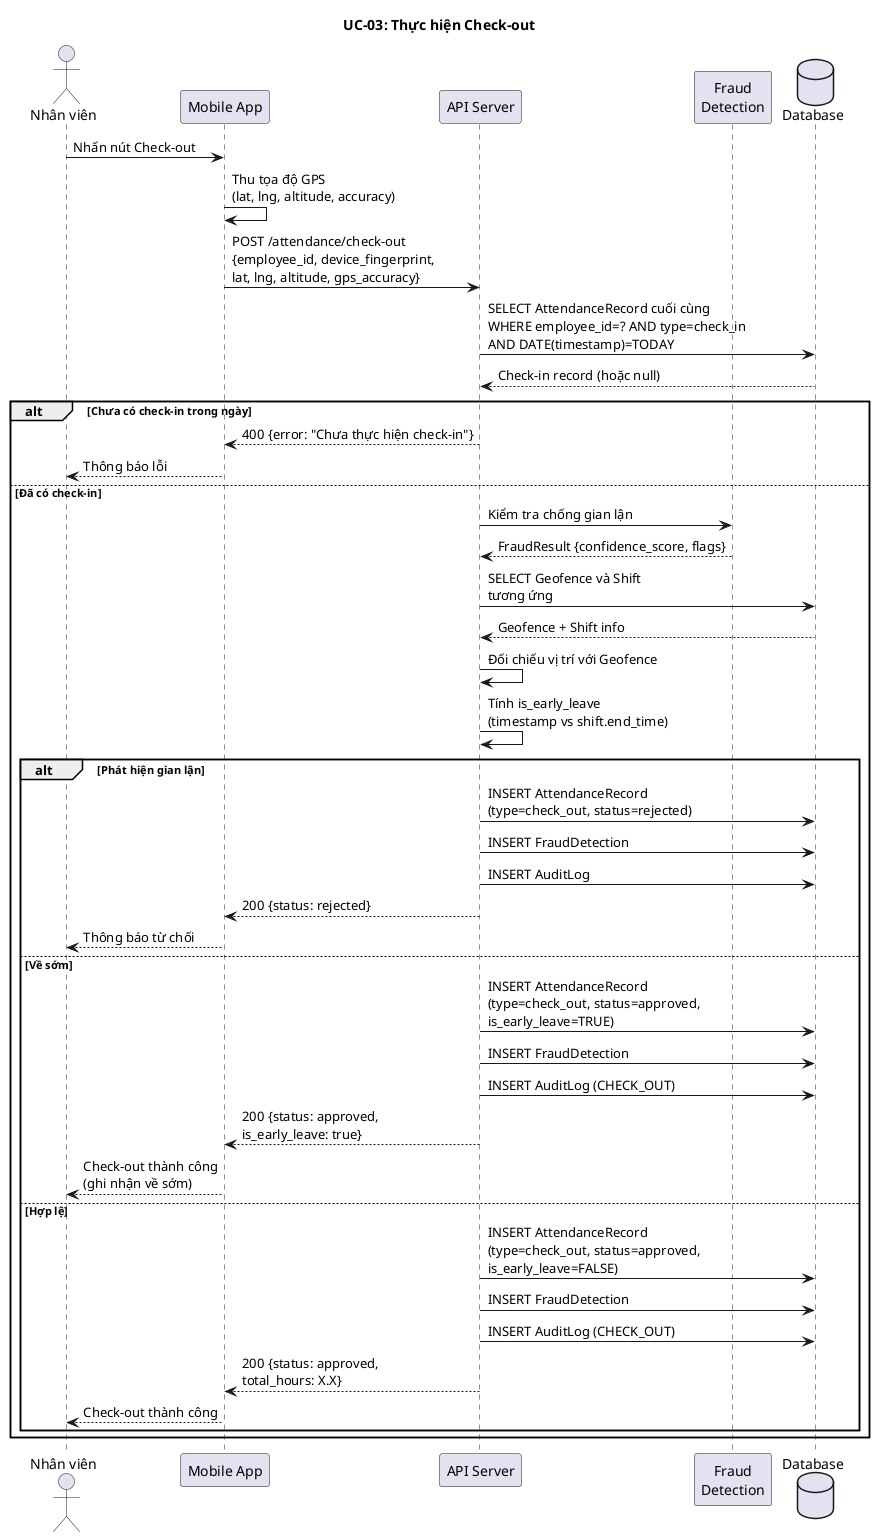
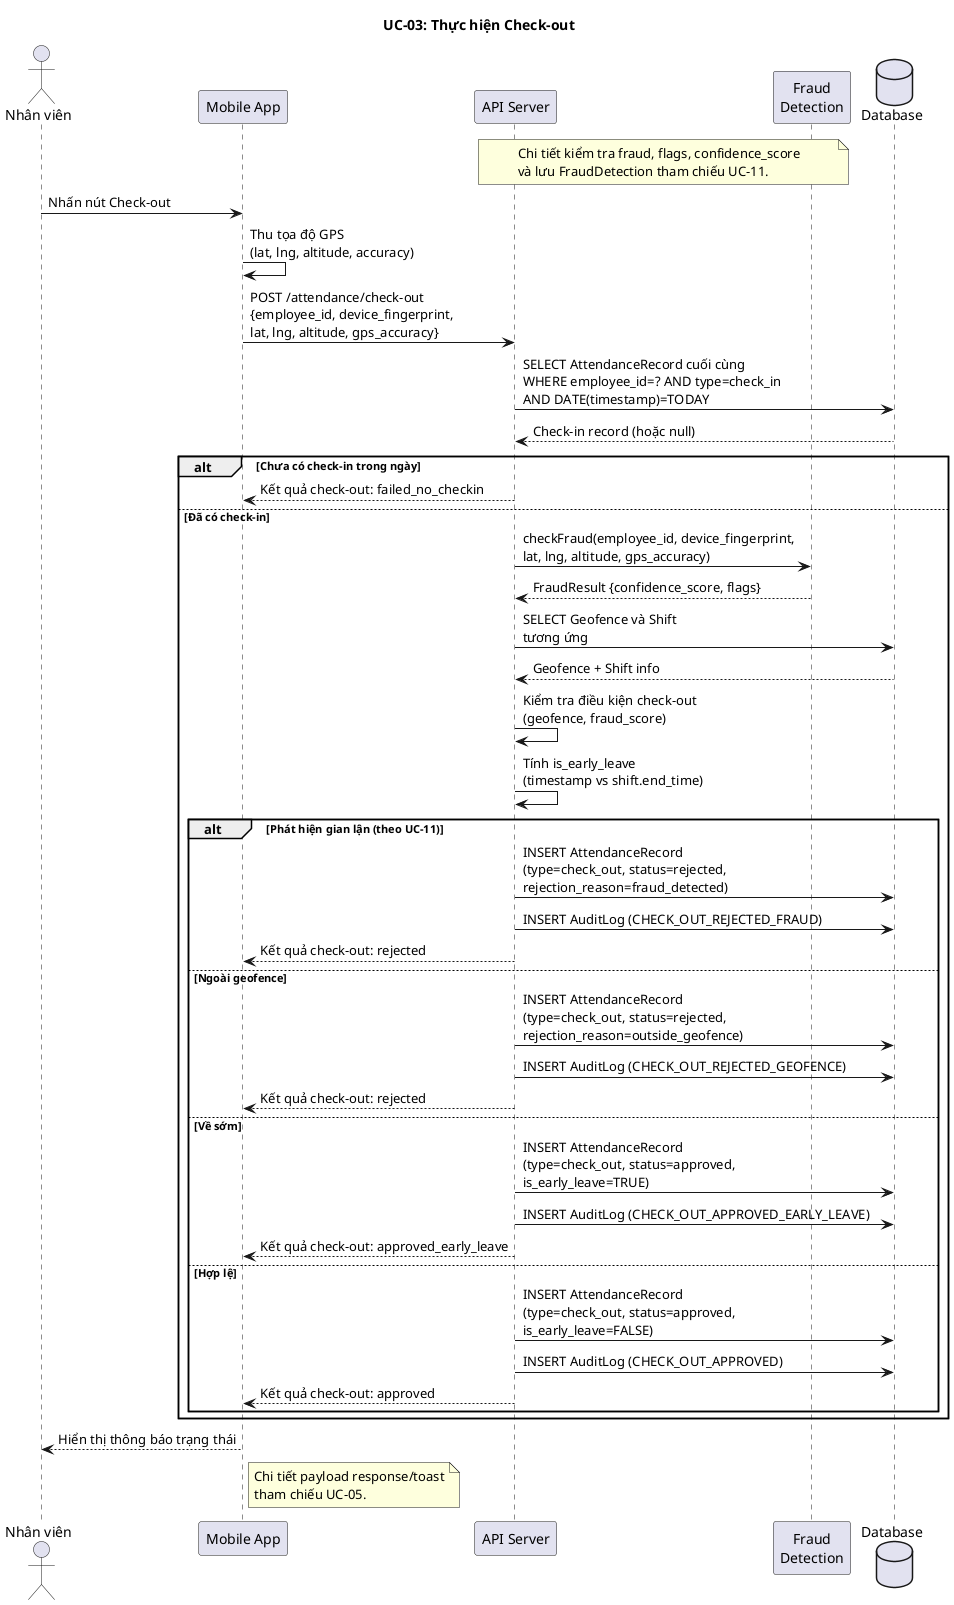
@startuml UC03_CheckOut
title UC-03: Thực hiện Check-out

actor "Nhân viên" as NV
participant "Mobile App" as App
participant "API Server" as API
participant "Fraud\nDetection" as Fraud
database "Database" as DB

+ note over API, Fraud
+     Chi tiết kiểm tra fraud, flags, confidence_score
+     và lưu FraudDetection tham chiếu UC-11.
+ end note
+ 
NV -> App : Nhấn nút Check-out
App -> App : Thu tọa độ GPS\n(lat, lng, altitude, accuracy)
App -> API : POST /attendance/check-out\n{employee_id, device_fingerprint,\nlat, lng, altitude, gps_accuracy}

API -> DB : SELECT AttendanceRecord cuối cùng\nWHERE employee_id=? AND type=check_in\nAND DATE(timestamp)=TODAY
DB --> API : Check-in record (hoặc null)

alt Chưa có check-in trong ngày
-     API --> App : 400 {error: "Chưa thực hiện check-in"}
-     App --> NV : Thông báo lỗi
+     API --> App : Kết quả check-out: failed_no_checkin
else Đã có check-in
-     API -> Fraud : Kiểm tra chống gian lận
+     API -> Fraud : checkFraud(employee_id, device_fingerprint,\nlat, lng, altitude, gps_accuracy)
    Fraud --> API : FraudResult {confidence_score, flags}

    API -> DB : SELECT Geofence và Shift\ntương ứng
    DB --> API : Geofence + Shift info

-     API -> API : Đối chiếu vị trí với Geofence
+     API -> API : Kiểm tra điều kiện check-out\n(geofence, fraud_score)
    API -> API : Tính is_early_leave\n(timestamp vs shift.end_time)

-     alt Phát hiện gian lận
-         API -> DB : INSERT AttendanceRecord\n(type=check_out, status=rejected)
-         API -> DB : INSERT FraudDetection
-         API -> DB : INSERT AuditLog
-         API --> App : 200 {status: rejected}
-         App --> NV : Thông báo từ chối
+     alt Phát hiện gian lận (theo UC-11)
+         API -> DB : INSERT AttendanceRecord\n(type=check_out, status=rejected,\nrejection_reason=fraud_detected)
+         API -> DB : INSERT AuditLog (CHECK_OUT_REJECTED_FRAUD)
+         API --> App : Kết quả check-out: rejected
+ 
+     else Ngoài geofence
+         API -> DB : INSERT AttendanceRecord\n(type=check_out, status=rejected,\nrejection_reason=outside_geofence)
+         API -> DB : INSERT AuditLog (CHECK_OUT_REJECTED_GEOFENCE)
+         API --> App : Kết quả check-out: rejected

    else Về sớm
        API -> DB : INSERT AttendanceRecord\n(type=check_out, status=approved,\nis_early_leave=TRUE)
-         API -> DB : INSERT FraudDetection
-         API -> DB : INSERT AuditLog (CHECK_OUT)
-         API --> App : 200 {status: approved,\nis_early_leave: true}
-         App --> NV : Check-out thành công\n(ghi nhận về sớm)
+         API -> DB : INSERT AuditLog (CHECK_OUT_APPROVED_EARLY_LEAVE)
+         API --> App : Kết quả check-out: approved_early_leave

    else Hợp lệ
        API -> DB : INSERT AttendanceRecord\n(type=check_out, status=approved,\nis_early_leave=FALSE)
-         API -> DB : INSERT FraudDetection
-         API -> DB : INSERT AuditLog (CHECK_OUT)
-         API --> App : 200 {status: approved,\ntotal_hours: X.X}
-         App --> NV : Check-out thành công
+         API -> DB : INSERT AuditLog (CHECK_OUT_APPROVED)
+         API --> App : Kết quả check-out: approved
    end
end

+ App --> NV : Hiển thị thông báo trạng thái
+ note right of App
+   Chi tiết payload response/toast
+   tham chiếu UC-05.
+ end note
+ 
@enduml
